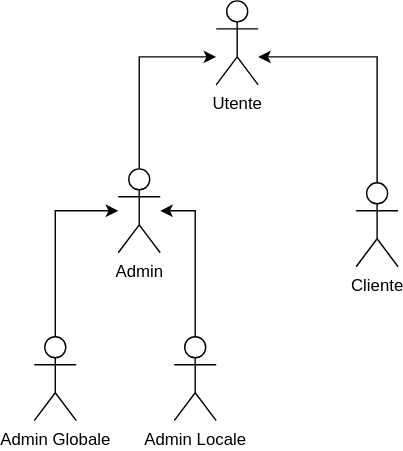
Before: assets/diagrams/attori.svg, a diagram exported from draw.io (alimitedgroup/alimitedgroup.github.io). Source tidied: cells renumbered, new cells last; positions are measured from the earlier drawing's top-left corner, leaving out a move shared by most shapes.
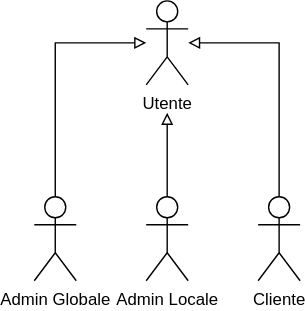
Later version of the same file.

Change to the diagram source:
```diff
@@ -3,47 +3,36 @@
     <mxCell id="0" style="html=1;" />
     <mxCell id="1" style="html=1;" parent="0" />
     <mxCell id="2" value="Utente" style="shape=umlActor;verticalLabelPosition=bottom;verticalAlign=top;html=1;outlineConnect=0;" parent="1" vertex="1">
-      <mxGeometry x="130" width="30" height="60" as="geometry" />
+      <mxGeometry x="150" y="10" width="30" height="60" as="geometry" />
     </mxCell>
-    <mxCell id="3" style="edgeStyle=orthogonalEdgeStyle;rounded=0;jettySize=auto;html=1;" parent="1" edge="1" source="4" target="8">
-      <mxGeometry relative="1" as="geometry">
-        <Array as="points">
-          <mxPoint x="15" y="150" />
-        </Array>
-      </mxGeometry>
-    </mxCell>
     <mxCell id="4" value="Admin Globale" style="shape=umlActor;verticalLabelPosition=bottom;verticalAlign=top;html=1;outlineConnect=0;" parent="1" vertex="1">
-      <mxGeometry y="240" width="30" height="60" as="geometry" />
+      <mxGeometry x="70" y="150" width="30" height="60" as="geometry" />
     </mxCell>
-    <mxCell id="5" style="edgeStyle=orthogonalEdgeStyle;rounded=0;jettySize=auto;html=1;" parent="1" edge="1" source="6" target="8">
-      <mxGeometry relative="1" as="geometry">
-        <Array as="points">
-          <mxPoint x="115" y="150" />
-        </Array>
-      </mxGeometry>
-    </mxCell>
+    <mxCell id="11" style="edgeStyle=orthogonalEdgeStyle;rounded=0;jettySize=auto;html=1;exitX=0.5;exitY=0;exitDx=0;exitDy=0;exitPerimeter=0;endArrow=block;endFill=0;" parent="1" edge="1" source="6">
+      <mxGeometry relative="1" as="geometry">
+        <mxPoint x="165" y="90" as="targetPoint" />
+      </mxGeometry>
+    </mxCell>
     <mxCell id="6" value="Admin Locale" style="shape=umlActor;verticalLabelPosition=bottom;verticalAlign=top;html=1;outlineConnect=0;" parent="1" vertex="1">
-      <mxGeometry x="100" y="240" width="30" height="60" as="geometry" />
+      <mxGeometry x="150" y="150" width="30" height="60" as="geometry" />
     </mxCell>
-    <mxCell id="7" style="edgeStyle=orthogonalEdgeStyle;rounded=0;jettySize=auto;html=1;" parent="1" edge="1" source="8" target="2">
+    <mxCell id="7" style="edgeStyle=orthogonalEdgeStyle;rounded=0;jettySize=auto;html=1;endArrow=block;endFill=0;exitX=0.5;exitY=0;exitDx=0;exitDy=0;exitPerimeter=0;" parent="1" edge="1" source="4" target="2">
       <mxGeometry relative="1" as="geometry">
         <Array as="points">
-          <mxPoint x="75" y="40" />
+          <mxPoint x="85" y="40" />
         </Array>
       </mxGeometry>
     </mxCell>
-    <mxCell id="8" value="Admin" style="shape=umlActor;verticalLabelPosition=bottom;verticalAlign=top;html=1;outlineConnect=0;" parent="1" vertex="1">
-      <mxGeometry x="60" y="120" width="30" height="60" as="geometry" />
-    </mxCell>
-    <mxCell id="9" style="edgeStyle=orthogonalEdgeStyle;rounded=0;jettySize=auto;html=1;" parent="1" edge="1" source="10" target="2">
+    <mxCell id="9" style="edgeStyle=orthogonalEdgeStyle;rounded=0;jettySize=auto;html=1;endArrow=block;endFill=0;exitX=0.5;exitY=0;exitDx=0;exitDy=0;exitPerimeter=0;" parent="1" edge="1" source="10" target="2">
       <mxGeometry relative="1" as="geometry">
         <Array as="points">
+          <mxPoint x="245" y="110" />
           <mxPoint x="245" y="40" />
         </Array>
       </mxGeometry>
     </mxCell>
     <mxCell id="10" value="Cliente" style="shape=umlActor;verticalLabelPosition=bottom;verticalAlign=top;html=1;outlineConnect=0;" parent="1" vertex="1">
-      <mxGeometry x="230" y="130" width="30" height="60" as="geometry" />
+      <mxGeometry x="230" y="150" width="30" height="60" as="geometry" />
     </mxCell>
   </root>
 </mxGraphModel>
```
